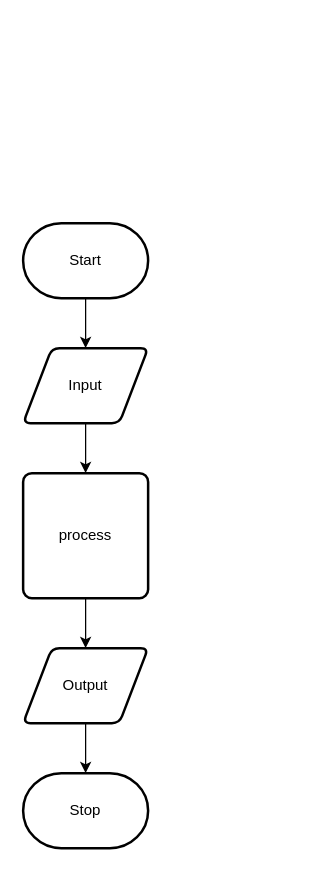
Before: design/flow-chart.drawio in Chloe-Havel/ICS2O-Unit5-01-HTML, a draw.io diagram. Source tidied: cells renumbered, new cells numbered last; positions are measured from the earlier drawing's top-left corner, leaving out a move shared by most shapes. Both pictures are drawn from the tidied source at 125%, with x=0, y=0 at pixel (22, 222).
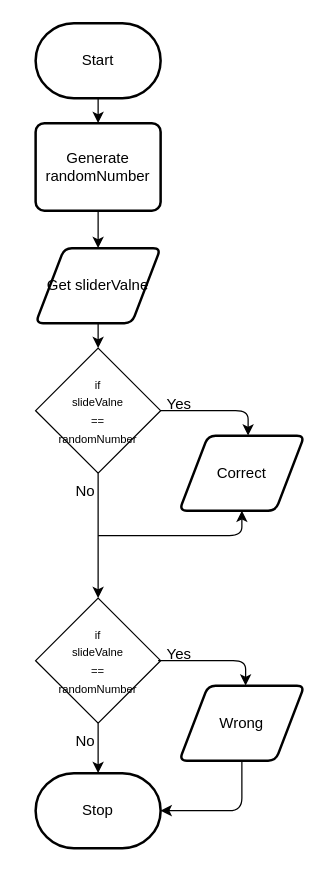
After the change.

The edit, as a diff of the source:
```diff
@@
-    <mxCell id="2" style="edgeStyle=none;html=1;" parent="1" edge="1" source="3" target="5">
+    <mxCell id="2" style="edgeStyle=none;html=1;entryX=0.5;entryY=0;entryDx=0;entryDy=0;" parent="1" edge="1" source="3" target="12">
       <mxGeometry relative="1" as="geometry" />
     </mxCell>
     <mxCell id="3" value="Start" style="strokeWidth=2;html=1;shape=mxgraph.flowchart.terminator;whiteSpace=wrap;" parent="1" vertex="1">
-      <mxGeometry width="100" height="60" as="geometry" />
+      <mxGeometry x="10" y="-160" width="100" height="60" as="geometry" />
     </mxCell>
-    <mxCell id="4" style="edgeStyle=none;html=1;" parent="1" edge="1" source="5" target="7">
+    <mxCell id="4" style="edgeStyle=none;html=1;entryX=0.5;entryY=0;entryDx=0;entryDy=0;" parent="1" edge="1" source="5" target="15">
       <mxGeometry relative="1" as="geometry" />
     </mxCell>
-    <mxCell id="5" value="Input" style="shape=parallelogram;html=1;strokeWidth=2;perimeter=parallelogramPerimeter;whiteSpace=wrap;rounded=1;arcSize=12;size=0.23;" parent="1" vertex="1">
-      <mxGeometry y="100" width="100" height="60" as="geometry" />
+    <mxCell id="5" value="Get sliderValne" style="shape=parallelogram;html=1;strokeWidth=2;perimeter=parallelogramPerimeter;whiteSpace=wrap;rounded=1;arcSize=12;size=0.23;" parent="1" vertex="1">
+      <mxGeometry x="10" y="20" width="100" height="60" as="geometry" />
     </mxCell>
-    <mxCell id="6" style="edgeStyle=none;html=1;" parent="1" edge="1" source="7" target="9">
-      <mxGeometry relative="1" as="geometry" />
-    </mxCell>
-    <mxCell id="7" value="process" style="rounded=1;whiteSpace=wrap;html=1;absoluteArcSize=1;arcSize=14;strokeWidth=2;" parent="1" vertex="1">
-      <mxGeometry y="200" width="100" height="100" as="geometry" />
-    </mxCell>
-    <mxCell id="8" style="edgeStyle=none;html=1;" parent="1" edge="1" source="9" target="10">
-      <mxGeometry relative="1" as="geometry" />
-    </mxCell>
-    <mxCell id="9" value="Output" style="shape=parallelogram;html=1;strokeWidth=2;perimeter=parallelogramPerimeter;whiteSpace=wrap;rounded=1;arcSize=12;size=0.23;" parent="1" vertex="1">
-      <mxGeometry y="340" width="100" height="60" as="geometry" />
+    <mxCell id="9" value="Correct" style="shape=parallelogram;html=1;strokeWidth=2;perimeter=parallelogramPerimeter;whiteSpace=wrap;rounded=1;arcSize=12;size=0.23;" parent="1" vertex="1">
+      <mxGeometry x="125" y="170" width="100" height="60" as="geometry" />
     </mxCell>
     <mxCell id="10" value="Stop" style="strokeWidth=2;html=1;shape=mxgraph.flowchart.terminator;whiteSpace=wrap;" parent="1" vertex="1">
-      <mxGeometry y="440" width="100" height="60" as="geometry" />
+      <mxGeometry x="10" y="440" width="100" height="60" as="geometry" />
     </mxCell>
+    <mxCell id="11" style="edgeStyle=none;html=1;entryX=0.5;entryY=0;entryDx=0;entryDy=0;" parent="1" edge="1" source="12" target="5">
+      <mxGeometry relative="1" as="geometry" />
+    </mxCell>
+    <mxCell id="12" value="Generate&lt;br&gt;randomNumber" style="rounded=1;whiteSpace=wrap;html=1;absoluteArcSize=1;arcSize=14;strokeWidth=2;" parent="1" vertex="1">
+      <mxGeometry x="10" y="-80" width="100" height="70" as="geometry" />
+    </mxCell>
+    <mxCell id="13" style="edgeStyle=none;html=1;fontSize=9;" parent="1" edge="1" source="15">
+      <mxGeometry relative="1" as="geometry">
+        <mxPoint x="180" y="170" as="targetPoint" />
+        <Array as="points">
+          <mxPoint x="180" y="150" />
+        </Array>
+      </mxGeometry>
+    </mxCell>
+    <mxCell id="14" style="edgeStyle=none;html=1;" parent="1" edge="1" source="15" target="17">
+      <mxGeometry relative="1" as="geometry" />
+    </mxCell>
+    <mxCell id="15" value="&lt;font style=&quot;font-size: 9px&quot;&gt;if&lt;br&gt;slideValne&lt;br&gt;==&lt;br&gt;randomNumber&lt;/font&gt;" style="rhombus;whiteSpace=wrap;html=1;" parent="1" vertex="1">
+      <mxGeometry x="10" y="100" width="100" height="100" as="geometry" />
+    </mxCell>
+    <mxCell id="16" style="edgeStyle=none;html=1;entryX=0.5;entryY=0;entryDx=0;entryDy=0;entryPerimeter=0;" parent="1" edge="1" source="17" target="10">
+      <mxGeometry relative="1" as="geometry" />
+    </mxCell>
+    <mxCell id="17" value="&lt;font style=&quot;font-size: 9px&quot;&gt;if&lt;br&gt;slideValne&lt;br&gt;==&lt;br&gt;randomNumber&lt;/font&gt;" style="rhombus;whiteSpace=wrap;html=1;" parent="1" vertex="1">
+      <mxGeometry x="10" y="300" width="100" height="100" as="geometry" />
+    </mxCell>
+    <mxCell id="18" style="edgeStyle=none;html=1;fontSize=9;entryX=0.5;entryY=1;entryDx=0;entryDy=0;" parent="1" edge="1" target="9">
+      <mxGeometry relative="1" as="geometry">
+        <mxPoint x="60" y="250" as="sourcePoint" />
+        <Array as="points">
+          <mxPoint x="175" y="250" />
+        </Array>
+      </mxGeometry>
+    </mxCell>
+    <mxCell id="19" style="edgeStyle=none;html=1;fontSize=9;" parent="1" edge="1">
+      <mxGeometry relative="1" as="geometry">
+        <mxPoint x="108" y="350" as="sourcePoint" />
+        <mxPoint x="178" y="370" as="targetPoint" />
+        <Array as="points">
+          <mxPoint x="178" y="350" />
+        </Array>
+      </mxGeometry>
+    </mxCell>
+    <mxCell id="20" style="edgeStyle=none;html=1;entryX=1;entryY=0.5;entryDx=0;entryDy=0;entryPerimeter=0;" parent="1" edge="1" source="21" target="10">
+      <mxGeometry relative="1" as="geometry">
+        <Array as="points">
+          <mxPoint x="175" y="470" />
+        </Array>
+      </mxGeometry>
+    </mxCell>
+    <mxCell id="21" value="Wrong" style="shape=parallelogram;html=1;strokeWidth=2;perimeter=parallelogramPerimeter;whiteSpace=wrap;rounded=1;arcSize=12;size=0.23;" parent="1" vertex="1">
+      <mxGeometry x="125" y="370" width="100" height="60" as="geometry" />
+    </mxCell>
+    <mxCell id="22" value="Yes" style="text;html=1;strokeColor=none;fillColor=none;align=center;verticalAlign=middle;whiteSpace=wrap;rounded=0;" parent="1" vertex="1">
+      <mxGeometry x="95" y="130" width="60" height="30" as="geometry" />
+    </mxCell>
+    <mxCell id="23" value="Yes" style="text;html=1;strokeColor=none;fillColor=none;align=center;verticalAlign=middle;whiteSpace=wrap;rounded=0;" parent="1" vertex="1">
+      <mxGeometry x="95" y="330" width="60" height="30" as="geometry" />
+    </mxCell>
+    <mxCell id="24" value="No" style="text;html=1;strokeColor=none;fillColor=none;align=center;verticalAlign=middle;whiteSpace=wrap;rounded=0;" parent="1" vertex="1">
+      <mxGeometry x="20" y="200" width="60" height="30" as="geometry" />
+    </mxCell>
+    <mxCell id="25" value="No" style="text;html=1;strokeColor=none;fillColor=none;align=center;verticalAlign=middle;whiteSpace=wrap;rounded=0;" parent="1" vertex="1">
+      <mxGeometry x="20" y="400" width="60" height="30" as="geometry" />
+    </mxCell>
```
